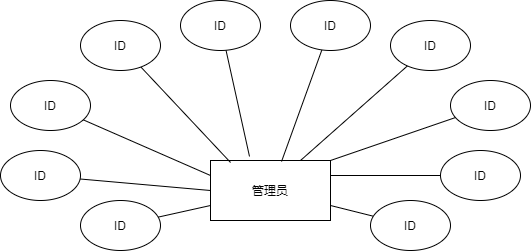
Above: 管理员实体E-R图.png in deepinsea/draw (draw.io), before the change. Source tidied: cells renumbered, new cells last; positions are measured from the earlier drawing's top-left corner, leaving out a move shared by most shapes. Source of this version:
```xml
<mxGraphModel>
  <root>
    <mxCell id="0" />
    <mxCell id="1" parent="0" />
    <mxCell id="2" value="管理员" style="rounded=0;whiteSpace=wrap;html=1;" parent="1" vertex="1">
      <mxGeometry x="210" y="160" width="120" height="60" as="geometry" />
    </mxCell>
    <mxCell id="3" style="edgeStyle=none;rounded=0;jettySize=auto;html=1;entryX=0;entryY=0.5;entryDx=0;entryDy=0;endArrow=none;endFill=0;" parent="1" edge="1" source="4" target="2">
      <mxGeometry relative="1" as="geometry" />
    </mxCell>
    <mxCell id="4" value="ID" style="ellipse;whiteSpace=wrap;html=1;" parent="1" vertex="1">
      <mxGeometry y="150" width="80" height="50" as="geometry" />
    </mxCell>
    <mxCell id="5" style="edgeStyle=none;rounded=0;jettySize=auto;html=1;entryX=0;entryY=0.75;entryDx=0;entryDy=0;endArrow=none;endFill=0;" parent="1" edge="1" source="6" target="2">
      <mxGeometry relative="1" as="geometry" />
    </mxCell>
    <mxCell id="6" value="ID" style="ellipse;whiteSpace=wrap;html=1;" parent="1" vertex="1">
      <mxGeometry x="80" y="200" width="80" height="50" as="geometry" />
    </mxCell>
    <mxCell id="7" style="edgeStyle=none;rounded=0;jettySize=auto;html=1;entryX=0;entryY=0.25;entryDx=0;entryDy=0;endArrow=none;endFill=0;" parent="1" edge="1" source="8" target="2">
      <mxGeometry relative="1" as="geometry" />
    </mxCell>
    <mxCell id="8" value="ID" style="ellipse;whiteSpace=wrap;html=1;" parent="1" vertex="1">
      <mxGeometry x="10" y="80" width="80" height="50" as="geometry" />
    </mxCell>
    <mxCell id="9" style="edgeStyle=none;rounded=0;jettySize=auto;html=1;entryX=0.167;entryY=0.033;entryDx=0;entryDy=0;entryPerimeter=0;endArrow=none;endFill=0;" parent="1" edge="1" source="10" target="2">
      <mxGeometry relative="1" as="geometry" />
    </mxCell>
    <mxCell id="10" value="ID" style="ellipse;whiteSpace=wrap;html=1;" parent="1" vertex="1">
      <mxGeometry x="80" y="20" width="80" height="50" as="geometry" />
    </mxCell>
    <mxCell id="11" style="edgeStyle=none;rounded=0;jettySize=auto;html=1;entryX=0.325;entryY=-0.067;entryDx=0;entryDy=0;entryPerimeter=0;endArrow=none;endFill=0;" parent="1" edge="1" source="12" target="2">
      <mxGeometry relative="1" as="geometry" />
    </mxCell>
    <mxCell id="12" value="ID" style="ellipse;whiteSpace=wrap;html=1;" parent="1" vertex="1">
      <mxGeometry x="180" width="80" height="50" as="geometry" />
    </mxCell>
    <mxCell id="13" style="edgeStyle=none;rounded=0;jettySize=auto;html=1;entryX=0.592;entryY=0.017;entryDx=0;entryDy=0;entryPerimeter=0;endArrow=none;endFill=0;" parent="1" edge="1" source="14" target="2">
      <mxGeometry relative="1" as="geometry" />
    </mxCell>
    <mxCell id="14" value="ID" style="ellipse;whiteSpace=wrap;html=1;" parent="1" vertex="1">
      <mxGeometry x="290" width="80" height="50" as="geometry" />
    </mxCell>
    <mxCell id="15" style="edgeStyle=none;rounded=0;jettySize=auto;html=1;entryX=0.75;entryY=0;entryDx=0;entryDy=0;endArrow=none;endFill=0;" parent="1" edge="1" source="16" target="2">
      <mxGeometry relative="1" as="geometry" />
    </mxCell>
    <mxCell id="16" value="ID" style="ellipse;whiteSpace=wrap;html=1;" parent="1" vertex="1">
      <mxGeometry x="390" y="20" width="80" height="50" as="geometry" />
    </mxCell>
    <mxCell id="17" style="edgeStyle=none;rounded=0;jettySize=auto;html=1;entryX=1;entryY=0;entryDx=0;entryDy=0;endArrow=none;endFill=0;" parent="1" edge="1" source="18" target="2">
      <mxGeometry relative="1" as="geometry" />
    </mxCell>
    <mxCell id="18" value="ID" style="ellipse;whiteSpace=wrap;html=1;" parent="1" vertex="1">
      <mxGeometry x="450" y="80" width="80" height="50" as="geometry" />
    </mxCell>
    <mxCell id="19" style="edgeStyle=none;rounded=0;jettySize=auto;html=1;entryX=1;entryY=0.25;entryDx=0;entryDy=0;endArrow=none;endFill=0;" parent="1" edge="1" source="20" target="2">
      <mxGeometry relative="1" as="geometry" />
    </mxCell>
    <mxCell id="20" value="ID" style="ellipse;whiteSpace=wrap;html=1;" parent="1" vertex="1">
      <mxGeometry x="440" y="150" width="80" height="50" as="geometry" />
    </mxCell>
    <mxCell id="21" style="edgeStyle=none;rounded=0;jettySize=auto;html=1;entryX=1;entryY=0.75;entryDx=0;entryDy=0;endArrow=none;endFill=0;" parent="1" edge="1" source="22" target="2">
      <mxGeometry relative="1" as="geometry" />
    </mxCell>
    <mxCell id="22" value="ID" style="ellipse;whiteSpace=wrap;html=1;" parent="1" vertex="1">
      <mxGeometry x="370" y="200" width="80" height="50" as="geometry" />
    </mxCell>
  </root>
</mxGraphModel>
```
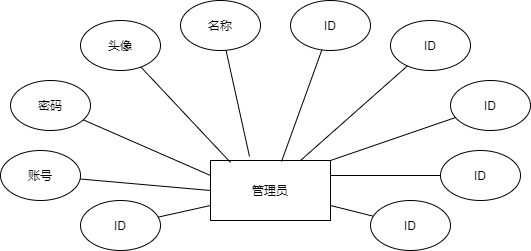
After the commit.

Commit message:
更新管理员实体E-R图.png

Diff of the diagram source:
```diff
@@ -8,7 +8,7 @@
     <mxCell id="3" style="edgeStyle=none;rounded=0;jettySize=auto;html=1;entryX=0;entryY=0.5;entryDx=0;entryDy=0;endArrow=none;endFill=0;" parent="1" edge="1" source="4" target="2">
       <mxGeometry relative="1" as="geometry" />
     </mxCell>
-    <mxCell id="4" value="ID" style="ellipse;whiteSpace=wrap;html=1;" parent="1" vertex="1">
+    <mxCell id="4" value="账号" style="ellipse;whiteSpace=wrap;html=1;" parent="1" vertex="1">
       <mxGeometry y="150" width="80" height="50" as="geometry" />
     </mxCell>
     <mxCell id="5" style="edgeStyle=none;rounded=0;jettySize=auto;html=1;entryX=0;entryY=0.75;entryDx=0;entryDy=0;endArrow=none;endFill=0;" parent="1" edge="1" source="6" target="2">
@@ -20,19 +20,19 @@
     <mxCell id="7" style="edgeStyle=none;rounded=0;jettySize=auto;html=1;entryX=0;entryY=0.25;entryDx=0;entryDy=0;endArrow=none;endFill=0;" parent="1" edge="1" source="8" target="2">
       <mxGeometry relative="1" as="geometry" />
     </mxCell>
-    <mxCell id="8" value="ID" style="ellipse;whiteSpace=wrap;html=1;" parent="1" vertex="1">
+    <mxCell id="8" value="密码" style="ellipse;whiteSpace=wrap;html=1;" parent="1" vertex="1">
       <mxGeometry x="10" y="80" width="80" height="50" as="geometry" />
     </mxCell>
     <mxCell id="9" style="edgeStyle=none;rounded=0;jettySize=auto;html=1;entryX=0.167;entryY=0.033;entryDx=0;entryDy=0;entryPerimeter=0;endArrow=none;endFill=0;" parent="1" edge="1" source="10" target="2">
       <mxGeometry relative="1" as="geometry" />
     </mxCell>
-    <mxCell id="10" value="ID" style="ellipse;whiteSpace=wrap;html=1;" parent="1" vertex="1">
+    <mxCell id="10" value="头像" style="ellipse;whiteSpace=wrap;html=1;" parent="1" vertex="1">
       <mxGeometry x="80" y="20" width="80" height="50" as="geometry" />
     </mxCell>
     <mxCell id="11" style="edgeStyle=none;rounded=0;jettySize=auto;html=1;entryX=0.325;entryY=-0.067;entryDx=0;entryDy=0;entryPerimeter=0;endArrow=none;endFill=0;" parent="1" edge="1" source="12" target="2">
       <mxGeometry relative="1" as="geometry" />
     </mxCell>
-    <mxCell id="12" value="ID" style="ellipse;whiteSpace=wrap;html=1;" parent="1" vertex="1">
+    <mxCell id="12" value="名称" style="ellipse;whiteSpace=wrap;html=1;" parent="1" vertex="1">
       <mxGeometry x="180" width="80" height="50" as="geometry" />
     </mxCell>
     <mxCell id="13" style="edgeStyle=none;rounded=0;jettySize=auto;html=1;entryX=0.592;entryY=0.017;entryDx=0;entryDy=0;entryPerimeter=0;endArrow=none;endFill=0;" parent="1" edge="1" source="14" target="2">
```
